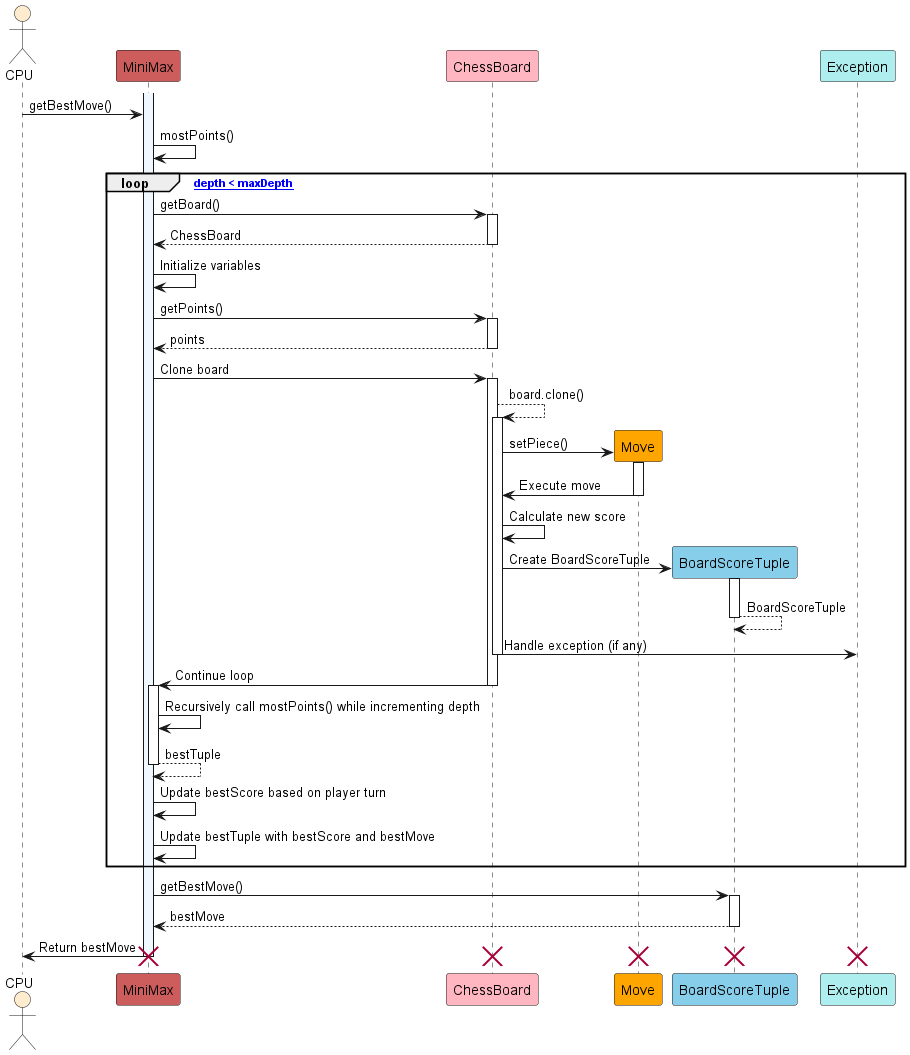
This is docs/images/MiniMaxSequenceDiagram.png from onx001/tp, a PlantUML export, as it was before one commit.
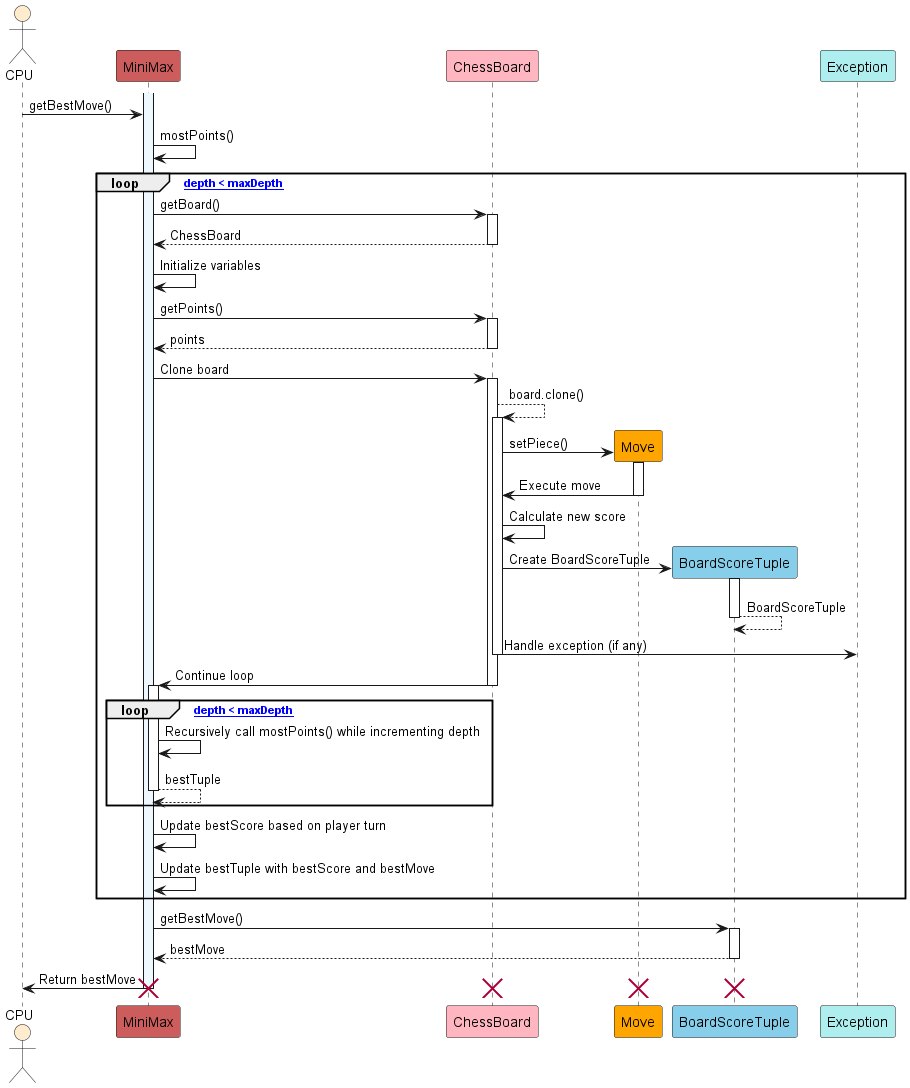
After the change.

What changed in the source:
```diff
@@ -44,10 +44,12 @@
     deactivate CB
     CB -> MM : Continue loop
     deactivate CB
-    activate MM
-    MM -> MM : Recursively call mostPoints() while incrementing depth
-    MM --> MM : bestTuple
-    deactivate MM
+    loop ["depth < maxDepth"]
+        activate MM
+        MM -> MM : Recursively call mostPoints() while incrementing depth
+        MM --> MM : bestTuple
+        deactivate MM
+    end
     MM -> MM : Update bestScore based on player turn
     MM -> MM : Update bestTuple with bestScore and bestMove
 
@@ -64,6 +66,5 @@
 destroy CB
 destroy M
 destroy BST
-destroy E
 
 @enduml
```
